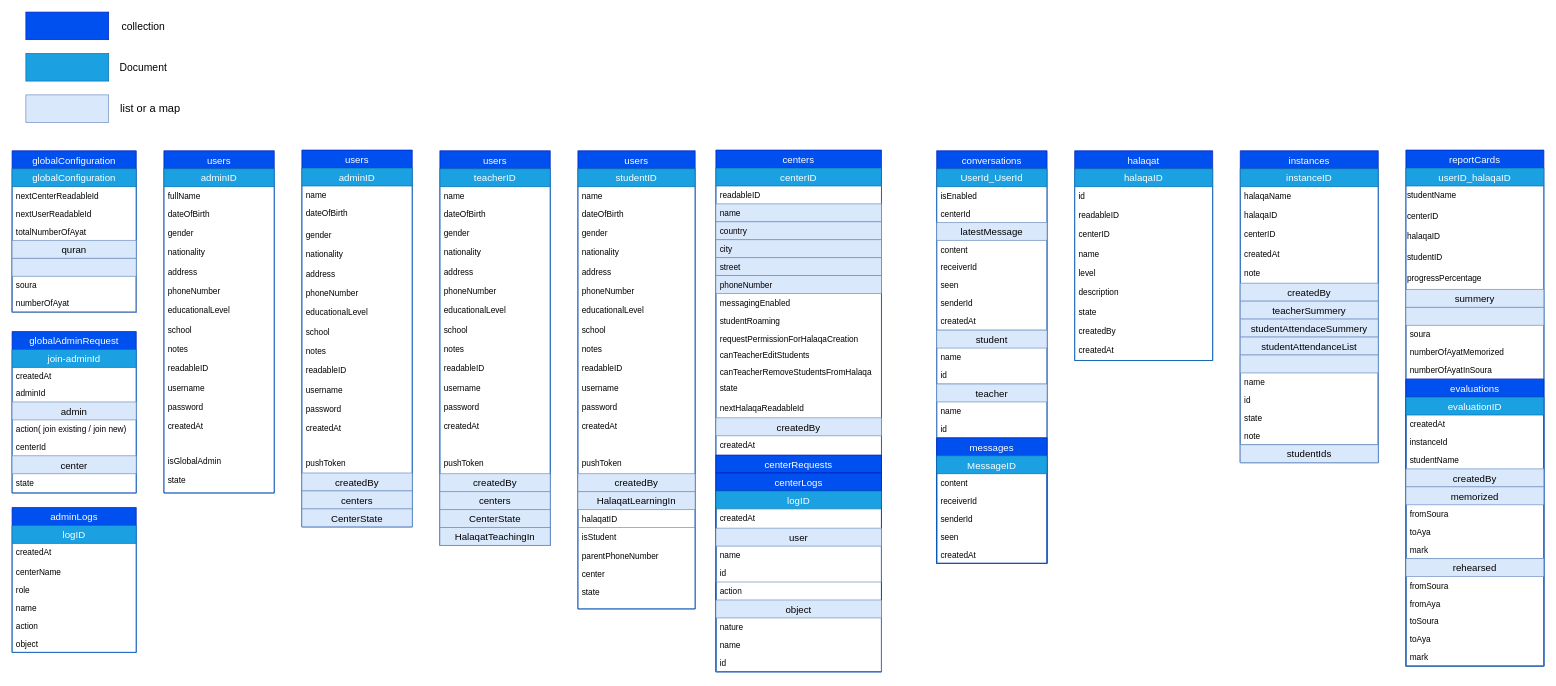
Earlier version of the draw.io diagram page "Page-1" (1 of 3) of db_design/al halaqate.drawio (Yacine-Benali/al_halaqat). Source tidied: cells renumbered, new cells numbered last; positions are measured from the earlier drawing's top-left corner, leaving out a move shared by most shapes. Both pictures are drawn from the tidied source at 69%, with x=0, y=0 at pixel (12, 12).
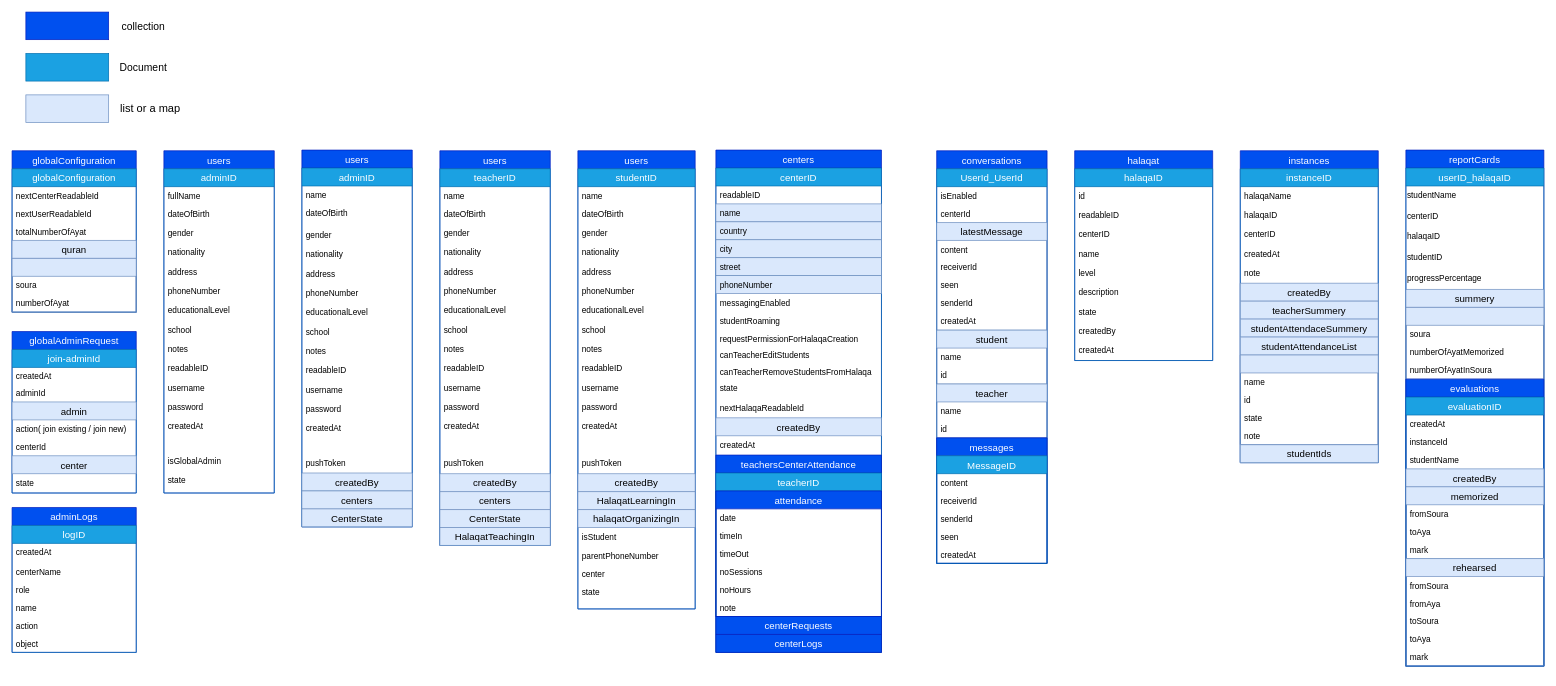
The same diagram, later.

The change refers to these unchanged cells:
```xml
<mxCell id="68" value="studentID" style="swimlane;fontStyle=0;horizontal=1;startSize=26;align=center;fontSize=14;fillColor=#1ba1e2;strokeColor=#006EAF;fontColor=#ffffff;" parent="67" vertex="1">
  <mxGeometry y="26" width="170" height="638" as="geometry" />
</mxCell>
```

The edit, as a diff of the source:
```diff
@@
-    <mxCell id="84" value="HalaqatLearningIn" style="swimlane;fontStyle=0;horizontal=1;startSize=26;align=center;fontSize=14;fillColor=#dae8fc;strokeColor=#6c8ebf;" parent="68" vertex="1">
-      <mxGeometry y="468" width="170" height="52" as="geometry" />
+    <mxCell id="84" value="HalaqatLearningIn" style="swimlane;fontStyle=0;horizontal=1;startSize=26;align=center;fontSize=14;fillColor=#dae8fc;strokeColor=#6c8ebf;" parent="68" vertex="1" collapsed="1">
+      <mxGeometry y="468" width="170" height="26" as="geometry" />
     </mxCell>
-    <mxCell id="85" value="halaqatID" style="text;strokeColor=none;fillColor=none;spacingLeft=4;spacingRight=4;overflow=hidden;fontSize=12;" parent="84" vertex="1">
-      <mxGeometry y="26" width="170" height="26" as="geometry" />
-    </mxCell>
+    <mxCell id="221" value="halaqatOrganizingIn" style="swimlane;fontStyle=0;horizontal=1;startSize=26;align=center;fontSize=14;fillColor=#dae8fc;strokeColor=#6c8ebf;" parent="68" vertex="1" collapsed="1">
+      <mxGeometry y="494" width="170" height="26" as="geometry" />
+    </mxCell>
@@
     <mxCell id="90" value="centers" style="swimlane;fontStyle=0;horizontal=1;startSize=26;align=center;fontSize=14;fillColor=#0050ef;strokeColor=#001DBC;fontColor=#ffffff;" parent="1" vertex="1">
-      <mxGeometry x="1020" y="200" width="240" height="756" as="geometry" />
+      <mxGeometry x="1020" y="200" width="240" height="728" as="geometry" />
     </mxCell>
     <mxCell id="91" value="centerID" style="swimlane;fontStyle=0;horizontal=1;startSize=26;align=center;fontSize=14;fillColor=#1ba1e2;strokeColor=#006EAF;fontColor=#ffffff;" parent="90" vertex="1">
-      <mxGeometry y="26" width="240" height="730" as="geometry" />
+      <mxGeometry y="26" width="240" height="702" as="geometry" />
     </mxCell>
@@
+    <mxCell id="222" value="teachersCenterAttendance" style="swimlane;fontStyle=0;horizontal=1;startSize=26;align=center;fontSize=14;fillColor=#0050ef;strokeColor=#001DBC;fontColor=#ffffff;" parent="91" vertex="1">
+      <mxGeometry y="416" width="240" height="234" as="geometry" />
+    </mxCell>
+    <mxCell id="223" value="teacherID" style="swimlane;fontStyle=0;horizontal=1;startSize=26;align=center;fontSize=14;fillColor=#1ba1e2;strokeColor=#006EAF;fontColor=#ffffff;" parent="222" vertex="1">
+      <mxGeometry y="26" width="240" height="208" as="geometry" />
+    </mxCell>
+    <mxCell id="224" value="attendance" style="swimlane;fontStyle=0;horizontal=1;startSize=26;align=center;fontSize=14;fillColor=#0050ef;strokeColor=#001DBC;fontColor=#ffffff;" parent="223" vertex="1">
+      <mxGeometry y="26" width="240" height="182" as="geometry" />
+    </mxCell>
+    <mxCell id="225" value="date" style="text;strokeColor=none;fillColor=none;spacingLeft=4;spacingRight=4;overflow=hidden;fontSize=12;" parent="224" vertex="1">
+      <mxGeometry y="26" width="240" height="26" as="geometry" />
+    </mxCell>
+    <mxCell id="226" value="timeIn" style="text;strokeColor=none;fillColor=none;spacingLeft=4;spacingRight=4;overflow=hidden;fontSize=12;" parent="224" vertex="1">
+      <mxGeometry y="52" width="240" height="26" as="geometry" />
+    </mxCell>
+    <mxCell id="227" value="timeOut" style="text;strokeColor=none;fillColor=none;spacingLeft=4;spacingRight=4;overflow=hidden;fontSize=12;" parent="224" vertex="1">
+      <mxGeometry y="78" width="240" height="26" as="geometry" />
+    </mxCell>
+    <mxCell id="228" value="noSessions" style="text;strokeColor=none;fillColor=none;spacingLeft=4;spacingRight=4;overflow=hidden;fontSize=12;" parent="224" vertex="1">
+      <mxGeometry y="104" width="240" height="26" as="geometry" />
+    </mxCell>
+    <mxCell id="229" value="noHours" style="text;strokeColor=none;fillColor=none;spacingLeft=4;spacingRight=4;overflow=hidden;fontSize=12;" parent="224" vertex="1">
+      <mxGeometry y="130" width="240" height="26" as="geometry" />
+    </mxCell>
+    <mxCell id="230" value="note" style="text;strokeColor=none;fillColor=none;spacingLeft=4;spacingRight=4;overflow=hidden;fontSize=12;" parent="224" vertex="1">
+      <mxGeometry y="156" width="240" height="26" as="geometry" />
+    </mxCell>
     <mxCell id="107" value="centerRequests" style="swimlane;fontStyle=0;horizontal=1;startSize=26;align=center;fontSize=14;fillColor=#0050ef;strokeColor=#001DBC;fontColor=#ffffff;" parent="91" vertex="1" collapsed="1">
-      <mxGeometry y="416" width="240" height="26" as="geometry" />
+      <mxGeometry y="650" width="240" height="26" as="geometry" />
     </mxCell>
-    <mxCell id="108" value="centerLogs" style="swimlane;fontStyle=0;horizontal=1;startSize=26;align=center;fontSize=14;fillColor=#0050ef;strokeColor=#001DBC;fontColor=#ffffff;" parent="91" vertex="1">
-      <mxGeometry y="442" width="240" height="288" as="geometry" />
+    <mxCell id="108" value="centerLogs" style="swimlane;fontStyle=0;horizontal=1;startSize=26;align=center;fontSize=14;fillColor=#0050ef;strokeColor=#001DBC;fontColor=#ffffff;" parent="91" vertex="1" collapsed="1">
+      <mxGeometry y="676" width="240" height="26" as="geometry" />
     </mxCell>
-    <mxCell id="109" value="logID" style="swimlane;fontStyle=0;horizontal=1;startSize=26;align=center;fontSize=14;fillColor=#1ba1e2;strokeColor=#006EAF;fontColor=#ffffff;" parent="108" vertex="1">
-      <mxGeometry y="26" width="240" height="262" as="geometry" />
-    </mxCell>
-    <mxCell id="110" value="createdAt" style="text;strokeColor=none;fillColor=none;spacingLeft=4;spacingRight=4;overflow=hidden;fontSize=12;" parent="109" vertex="1">
-      <mxGeometry y="26" width="240" height="28" as="geometry" />
-    </mxCell>
-    <mxCell id="111" value="user" style="swimlane;fontStyle=0;horizontal=1;startSize=26;align=center;fontSize=14;fillColor=#dae8fc;strokeColor=#6c8ebf;" parent="109" vertex="1">
-      <mxGeometry y="54" width="240" height="78" as="geometry" />
-    </mxCell>
-    <mxCell id="112" value="name" style="text;strokeColor=none;fillColor=none;spacingLeft=4;spacingRight=4;overflow=hidden;fontSize=12;" parent="111" vertex="1">
-      <mxGeometry y="26" width="240" height="26" as="geometry" />
-    </mxCell>
-    <mxCell id="113" value="id" style="text;strokeColor=none;fillColor=none;spacingLeft=4;spacingRight=4;overflow=hidden;fontSize=12;" parent="111" vertex="1">
-      <mxGeometry y="52" width="240" height="26" as="geometry" />
-    </mxCell>
-    <mxCell id="114" value="action" style="text;strokeColor=none;fillColor=none;spacingLeft=4;spacingRight=4;overflow=hidden;fontSize=12;" parent="109" vertex="1">
-      <mxGeometry y="132" width="240" height="26" as="geometry" />
-    </mxCell>
-    <mxCell id="115" value="object" style="swimlane;fontStyle=0;horizontal=1;startSize=26;align=center;fontSize=14;fillColor=#dae8fc;strokeColor=#6c8ebf;" parent="109" vertex="1">
-      <mxGeometry y="158" width="240" height="104" as="geometry" />
-    </mxCell>
-    <mxCell id="116" value="nature" style="text;strokeColor=none;fillColor=none;spacingLeft=4;spacingRight=4;overflow=hidden;fontSize=12;" parent="115" vertex="1">
-      <mxGeometry y="26" width="240" height="26" as="geometry" />
-    </mxCell>
-    <mxCell id="117" value="name" style="text;strokeColor=none;fillColor=none;spacingLeft=4;spacingRight=4;overflow=hidden;fontSize=12;" parent="115" vertex="1">
-      <mxGeometry y="52" width="240" height="26" as="geometry" />
-    </mxCell>
-    <mxCell id="118" value="id" style="text;strokeColor=none;fillColor=none;spacingLeft=4;spacingRight=4;overflow=hidden;fontSize=12;" parent="115" vertex="1">
-      <mxGeometry y="78" width="240" height="26" as="geometry" />
-    </mxCell>
```
